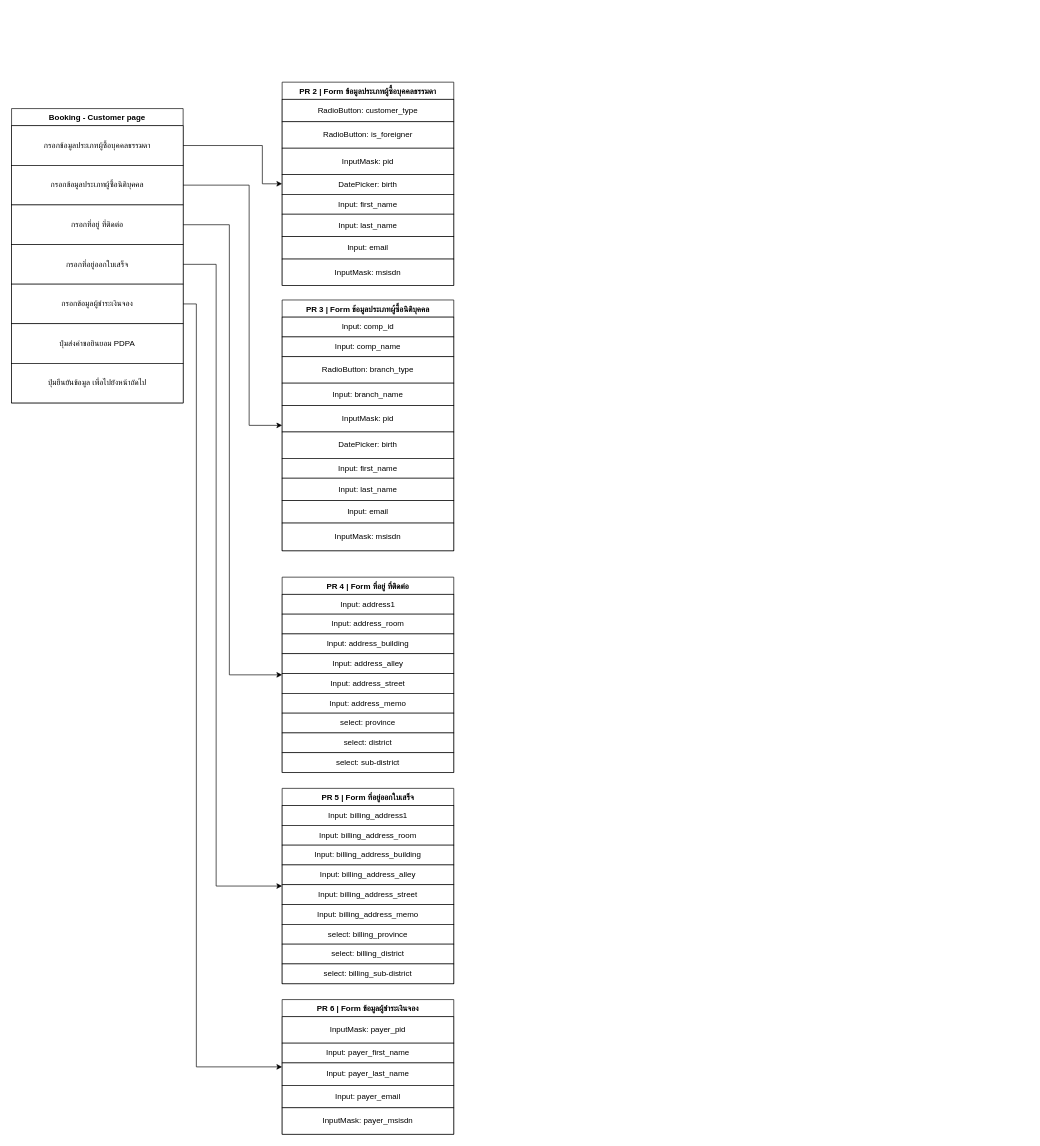
Above: booking-customer-Frontend.drawio in peapong/draw.io-diagrams (draw.io), before the change. Source tidied: cells renumbered, new cells numbered last; positions are measured from the earlier drawing's top-left corner, leaving out a move shared by most shapes. Both pictures are drawn from the tidied source at 66%, with x=0, y=0 at pixel (11, 82).
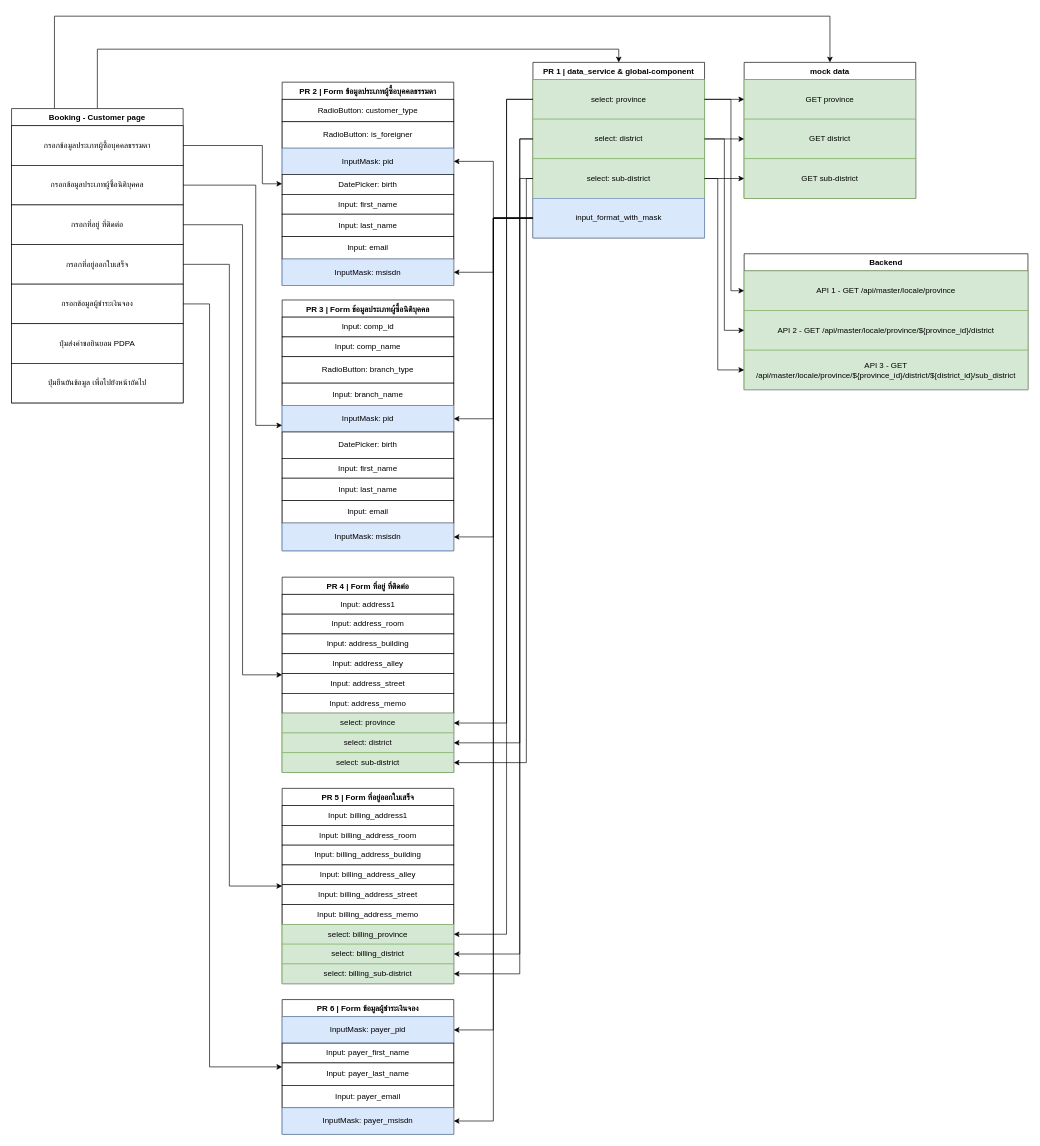
After the change.

The change refers to these unchanged cells:
```xml
<mxCell id="2" value="Booking - Customer page" style="swimlane;fontStyle=1;align=center;verticalAlign=top;horizontal=1;startSize=26;rounded=0;shadow=0;strokeWidth=1;" parent="1" vertex="1">
  <mxGeometry y="40" width="260" height="446" as="geometry" />
</mxCell>
<mxCell id="4" value="กรอกข้อมูลประเภทผู้ซื้อนิติบุคคล" style="rounded=0;whiteSpace=wrap;html=1;" parent="2" vertex="1">
  <mxGeometry y="86" width="260" height="60" as="geometry" />
</mxCell>
<mxCell id="5" value="กรอกที่อยู่ ที่ติดต่อ" style="rounded=0;whiteSpace=wrap;html=1;" parent="2" vertex="1">
  <mxGeometry y="146" width="260" height="60" as="geometry" />
</mxCell>
<mxCell id="6" value="กรอกที่อยู่ออกใบเสร็จ" style="rounded=0;whiteSpace=wrap;html=1;" parent="2" vertex="1">
  <mxGeometry y="206" width="260" height="60" as="geometry" />
</mxCell>
<mxCell id="7" value="กรอกข้อมูลผู้ชำระเงินจอง" style="rounded=0;whiteSpace=wrap;html=1;" parent="2" vertex="1">
  <mxGeometry y="266" width="260" height="60" as="geometry" />
</mxCell>
<mxCell id="10" value="PR 2 | Form ข้อมูลประเภทผู้ซื้อบุคคลธรรมดา" style="swimlane;fontStyle=1;align=center;verticalAlign=top;horizontal=1;startSize=26;rounded=0;shadow=0;strokeWidth=1;" parent="1" vertex="1">
  <mxGeometry x="410" width="260" height="308" as="geometry" />
</mxCell>
<mxCell id="19" value="PR 3 | Form ข้อมูลประเภทผู้ซื้อนิติบุคคล" style="swimlane;fontStyle=1;align=center;verticalAlign=top;horizontal=1;startSize=26;rounded=0;shadow=0;strokeWidth=1;" parent="1" vertex="1">
  <mxGeometry x="410" y="330" width="260" height="380" as="geometry" />
</mxCell>
<mxCell id="30" value="PR 4 | Form ที่อยู่ ที่ติดต่อ" style="swimlane;fontStyle=1;align=center;verticalAlign=top;horizontal=1;startSize=26;rounded=0;shadow=0;strokeWidth=1;" parent="1" vertex="1">
  <mxGeometry x="410" y="750" width="260" height="296" as="geometry" />
</mxCell>
<mxCell id="40" value="PR 5 | Form ที่อยู่ออกใบเสร็จ" style="swimlane;fontStyle=1;align=center;verticalAlign=top;horizontal=1;startSize=26;rounded=0;shadow=0;strokeWidth=1;" parent="1" vertex="1">
  <mxGeometry x="410" y="1070" width="260" height="296" as="geometry" />
</mxCell>
<mxCell id="50" value="PR 6 | Form ข้อมูลผู้ชำระเงินจอง" style="swimlane;fontStyle=1;align=center;verticalAlign=top;horizontal=1;startSize=26;rounded=0;shadow=0;strokeWidth=1;" parent="1" vertex="1">
  <mxGeometry x="410" y="1390" width="260" height="204" as="geometry" />
</mxCell>
```

The edit, as a diff of the source:
```diff
@@
+    <mxCell id="61" style="edgeStyle=orthogonalEdgeStyle;rounded=0;jettySize=auto;html=1;exitX=0.5;exitY=0;exitDx=0;exitDy=0;entryX=0.5;entryY=0;entryDx=0;entryDy=0;" parent="1" edge="1" source="2" target="63">
+      <mxGeometry relative="1" as="geometry" />
+    </mxCell>
+    <mxCell id="62" style="edgeStyle=orthogonalEdgeStyle;rounded=0;jettySize=auto;html=1;exitX=0.25;exitY=0;exitDx=0;exitDy=0;entryX=0.5;entryY=0;entryDx=0;entryDy=0;" parent="1" edge="1" source="2" target="68">
+      <mxGeometry relative="1" as="geometry">
+        <Array as="points">
+          <mxPoint x="65" y="-100" />
+          <mxPoint x="1240" y="-100" />
+        </Array>
+      </mxGeometry>
+    </mxCell>
@@
-    <mxCell id="13" value="InputMask: pid" style="rounded=0;whiteSpace=wrap;html=1;" parent="10" vertex="1">
+    <mxCell id="13" value="InputMask: pid" style="rounded=0;whiteSpace=wrap;html=1;fillColor=#dae8fc;strokeColor=#6c8ebf;" parent="10" vertex="1">
       <mxGeometry y="100" width="260" height="40" as="geometry" />
     </mxCell>
@@
-    <mxCell id="18" value="InputMask: msisdn" style="rounded=0;whiteSpace=wrap;html=1;" parent="10" vertex="1">
+    <mxCell id="18" value="InputMask: msisdn" style="rounded=0;whiteSpace=wrap;html=1;fillColor=#dae8fc;strokeColor=#6c8ebf;" parent="10" vertex="1">
       <mxGeometry y="268" width="260" height="40" as="geometry" />
     </mxCell>
@@
-    <mxCell id="24" value="InputMask: pid" style="rounded=0;whiteSpace=wrap;html=1;" parent="19" vertex="1">
+    <mxCell id="24" value="InputMask: pid" style="rounded=0;whiteSpace=wrap;html=1;fillColor=#dae8fc;strokeColor=#6c8ebf;" parent="19" vertex="1">
       <mxGeometry y="160" width="260" height="40" as="geometry" />
     </mxCell>
@@
-    <mxCell id="29" value="InputMask: msisdn" style="rounded=0;whiteSpace=wrap;html=1;" parent="19" vertex="1">
+    <mxCell id="29" value="InputMask: msisdn" style="rounded=0;whiteSpace=wrap;html=1;fillColor=#dae8fc;strokeColor=#6c8ebf;" parent="19" vertex="1">
       <mxGeometry y="338" width="260" height="42" as="geometry" />
     </mxCell>
@@
-    <mxCell id="37" value="select: province" style="rounded=0;whiteSpace=wrap;html=1;" parent="30" vertex="1">
+    <mxCell id="37" value="select: province" style="rounded=0;whiteSpace=wrap;html=1;fillColor=#d5e8d4;strokeColor=#82b366;" parent="30" vertex="1">
       <mxGeometry y="206" width="260" height="30" as="geometry" />
     </mxCell>
-    <mxCell id="38" value="select: district" style="rounded=0;whiteSpace=wrap;html=1;" parent="30" vertex="1">
+    <mxCell id="38" value="select: district" style="rounded=0;whiteSpace=wrap;html=1;fillColor=#d5e8d4;strokeColor=#82b366;" parent="30" vertex="1">
       <mxGeometry y="236" width="260" height="30" as="geometry" />
     </mxCell>
-    <mxCell id="39" value="select: sub-district" style="rounded=0;whiteSpace=wrap;html=1;" parent="30" vertex="1">
+    <mxCell id="39" value="select: sub-district" style="rounded=0;whiteSpace=wrap;html=1;fillColor=#d5e8d4;strokeColor=#82b366;" parent="30" vertex="1">
       <mxGeometry y="266" width="260" height="30" as="geometry" />
     </mxCell>
@@
-    <mxCell id="47" value="select: billing_province" style="rounded=0;whiteSpace=wrap;html=1;" parent="40" vertex="1">
+    <mxCell id="47" value="select: billing_province" style="rounded=0;whiteSpace=wrap;html=1;fillColor=#d5e8d4;strokeColor=#82b366;" parent="40" vertex="1">
       <mxGeometry y="206" width="260" height="30" as="geometry" />
     </mxCell>
-    <mxCell id="48" value="select: billing_district" style="rounded=0;whiteSpace=wrap;html=1;" parent="40" vertex="1">
+    <mxCell id="48" value="select: billing_district" style="rounded=0;whiteSpace=wrap;html=1;fillColor=#d5e8d4;strokeColor=#82b366;" parent="40" vertex="1">
       <mxGeometry y="236" width="260" height="30" as="geometry" />
     </mxCell>
-    <mxCell id="49" value="select: billing_sub-district" style="rounded=0;whiteSpace=wrap;html=1;" parent="40" vertex="1">
+    <mxCell id="49" value="select: billing_sub-district" style="rounded=0;whiteSpace=wrap;html=1;fillColor=#d5e8d4;strokeColor=#82b366;" parent="40" vertex="1">
       <mxGeometry y="266" width="260" height="30" as="geometry" />
     </mxCell>
@@
-    <mxCell id="51" value="InputMask: payer_pid" style="rounded=0;whiteSpace=wrap;html=1;" parent="50" vertex="1">
+    <mxCell id="51" value="InputMask: payer_pid" style="rounded=0;whiteSpace=wrap;html=1;fillColor=#dae8fc;strokeColor=#6c8ebf;" parent="50" vertex="1">
       <mxGeometry y="26" width="260" height="40" as="geometry" />
     </mxCell>
@@
-    <mxCell id="55" value="InputMask: payer_msisdn" style="rounded=0;whiteSpace=wrap;html=1;" parent="50" vertex="1">
+    <mxCell id="55" value="InputMask: payer_msisdn" style="rounded=0;whiteSpace=wrap;html=1;fillColor=#dae8fc;strokeColor=#6c8ebf;" parent="50" vertex="1">
       <mxGeometry y="164" width="260" height="40" as="geometry" />
     </mxCell>
@@
     <mxCell id="57" style="edgeStyle=orthogonalEdgeStyle;rounded=0;jettySize=auto;html=1;exitX=1;exitY=0.5;exitDx=0;exitDy=0;entryX=0;entryY=0.5;entryDx=0;entryDy=0;" parent="1" edge="1" source="4" target="19">
       <mxGeometry relative="1" as="geometry">
         <Array as="points">
-          <mxPoint x="360" y="156" />
-          <mxPoint x="360" y="520" />
+          <mxPoint x="370" y="156" />
+          <mxPoint x="370" y="520" />
         </Array>
       </mxGeometry>
     </mxCell>
     <mxCell id="58" style="edgeStyle=orthogonalEdgeStyle;rounded=0;jettySize=auto;html=1;exitX=1;exitY=0.5;exitDx=0;exitDy=0;entryX=0;entryY=0.5;entryDx=0;entryDy=0;" parent="1" edge="1" source="5" target="30">
       <mxGeometry relative="1" as="geometry">
         <Array as="points">
-          <mxPoint x="330" y="216" />
-          <mxPoint x="330" y="898" />
+          <mxPoint x="350" y="216" />
+          <mxPoint x="350" y="898" />
         </Array>
       </mxGeometry>
     </mxCell>
     <mxCell id="59" style="edgeStyle=orthogonalEdgeStyle;rounded=0;jettySize=auto;html=1;exitX=1;exitY=0.5;exitDx=0;exitDy=0;entryX=0;entryY=0.5;entryDx=0;entryDy=0;" parent="1" edge="1" source="6" target="40">
       <mxGeometry relative="1" as="geometry">
         <Array as="points">
-          <mxPoint x="310" y="276" />
-          <mxPoint x="310" y="1218" />
+          <mxPoint x="330" y="276" />
+          <mxPoint x="330" y="1218" />
         </Array>
       </mxGeometry>
     </mxCell>
     <mxCell id="60" style="edgeStyle=orthogonalEdgeStyle;rounded=0;jettySize=auto;html=1;exitX=1;exitY=0.5;exitDx=0;exitDy=0;entryX=0;entryY=0.5;entryDx=0;entryDy=0;" parent="1" edge="1" source="7" target="50">
       <mxGeometry relative="1" as="geometry">
         <Array as="points">
-          <mxPoint x="280" y="336" />
-          <mxPoint x="280" y="1492" />
+          <mxPoint x="300" y="336" />
+          <mxPoint x="300" y="1492" />
         </Array>
       </mxGeometry>
     </mxCell>
+    <mxCell id="63" value="PR 1 | data_service &amp; global-component" style="swimlane;fontStyle=1;align=center;verticalAlign=top;horizontal=1;startSize=26;rounded=0;shadow=0;strokeWidth=1;" parent="1" vertex="1">
+      <mxGeometry x="790" y="-30" width="260" height="266" as="geometry" />
+    </mxCell>
+    <mxCell id="64" value="select: province" style="rounded=0;whiteSpace=wrap;html=1;fillColor=#d5e8d4;strokeColor=#82b366;" parent="63" vertex="1">
+      <mxGeometry y="26" width="260" height="60" as="geometry" />
+    </mxCell>
+    <mxCell id="65" value="select: district" style="rounded=0;whiteSpace=wrap;html=1;fillColor=#d5e8d4;strokeColor=#82b366;" parent="63" vertex="1">
+      <mxGeometry y="86" width="260" height="60" as="geometry" />
+    </mxCell>
+    <mxCell id="66" value="select: sub-district" style="rounded=0;whiteSpace=wrap;html=1;fillColor=#d5e8d4;strokeColor=#82b366;" parent="63" vertex="1">
+      <mxGeometry y="146" width="260" height="60" as="geometry" />
+    </mxCell>
+    <mxCell id="67" value="input_format_with_mask" style="rounded=0;whiteSpace=wrap;html=1;fillColor=#dae8fc;strokeColor=#6c8ebf;" parent="63" vertex="1">
+      <mxGeometry y="206" width="260" height="60" as="geometry" />
+    </mxCell>
+    <mxCell id="68" value="mock data" style="swimlane;fontStyle=1;align=center;verticalAlign=top;horizontal=1;startSize=26;rounded=0;shadow=0;strokeWidth=1;" parent="1" vertex="1">
+      <mxGeometry x="1110" y="-30" width="260" height="206" as="geometry" />
+    </mxCell>
+    <mxCell id="69" value="GET province" style="rounded=0;whiteSpace=wrap;html=1;fillColor=#d5e8d4;strokeColor=#82b366;" parent="68" vertex="1">
+      <mxGeometry y="26" width="260" height="60" as="geometry" />
+    </mxCell>
+    <mxCell id="70" value="GET district" style="rounded=0;whiteSpace=wrap;html=1;fillColor=#d5e8d4;strokeColor=#82b366;" parent="68" vertex="1">
+      <mxGeometry y="86" width="260" height="60" as="geometry" />
+    </mxCell>
+    <mxCell id="71" value="GET sub-district" style="rounded=0;whiteSpace=wrap;html=1;fillColor=#d5e8d4;strokeColor=#82b366;" parent="68" vertex="1">
+      <mxGeometry y="146" width="260" height="60" as="geometry" />
+    </mxCell>
+    <mxCell id="72" style="edgeStyle=orthogonalEdgeStyle;rounded=0;jettySize=auto;html=1;exitX=1;exitY=0.5;exitDx=0;exitDy=0;entryX=0;entryY=0.5;entryDx=0;entryDy=0;" parent="1" edge="1" source="64" target="69">
+      <mxGeometry relative="1" as="geometry" />
+    </mxCell>
+    <mxCell id="73" style="edgeStyle=orthogonalEdgeStyle;rounded=0;jettySize=auto;html=1;exitX=1;exitY=0.5;exitDx=0;exitDy=0;entryX=0;entryY=0.5;entryDx=0;entryDy=0;" parent="1" edge="1" source="65" target="70">
+      <mxGeometry relative="1" as="geometry" />
+    </mxCell>
+    <mxCell id="74" style="edgeStyle=orthogonalEdgeStyle;rounded=0;jettySize=auto;html=1;exitX=1;exitY=0.5;exitDx=0;exitDy=0;entryX=0;entryY=0.5;entryDx=0;entryDy=0;" parent="1" edge="1" source="66" target="71">
+      <mxGeometry relative="1" as="geometry" />
+    </mxCell>
+    <mxCell id="75" style="edgeStyle=orthogonalEdgeStyle;rounded=0;jettySize=auto;html=1;exitX=0;exitY=0.5;exitDx=0;exitDy=0;entryX=1;entryY=0.5;entryDx=0;entryDy=0;" parent="1" edge="1" source="67" target="13">
+      <mxGeometry relative="1" as="geometry" />
+    </mxCell>
+    <mxCell id="76" style="edgeStyle=orthogonalEdgeStyle;rounded=0;jettySize=auto;html=1;exitX=0;exitY=0.5;exitDx=0;exitDy=0;entryX=1;entryY=0.5;entryDx=0;entryDy=0;" parent="1" edge="1" source="67" target="18">
+      <mxGeometry relative="1" as="geometry" />
+    </mxCell>
+    <mxCell id="77" style="edgeStyle=orthogonalEdgeStyle;rounded=0;jettySize=auto;html=1;exitX=0;exitY=0.5;exitDx=0;exitDy=0;entryX=1;entryY=0.5;entryDx=0;entryDy=0;" parent="1" edge="1" source="67" target="24">
+      <mxGeometry relative="1" as="geometry" />
+    </mxCell>
+    <mxCell id="78" style="edgeStyle=orthogonalEdgeStyle;rounded=0;jettySize=auto;html=1;exitX=0;exitY=0.5;exitDx=0;exitDy=0;entryX=1;entryY=0.5;entryDx=0;entryDy=0;" parent="1" edge="1" source="67" target="29">
+      <mxGeometry relative="1" as="geometry" />
+    </mxCell>
+    <mxCell id="79" style="edgeStyle=orthogonalEdgeStyle;rounded=0;jettySize=auto;html=1;exitX=0;exitY=0.5;exitDx=0;exitDy=0;entryX=1;entryY=0.5;entryDx=0;entryDy=0;" parent="1" edge="1" source="67" target="51">
+      <mxGeometry relative="1" as="geometry" />
+    </mxCell>
+    <mxCell id="80" style="edgeStyle=orthogonalEdgeStyle;rounded=0;jettySize=auto;html=1;exitX=0;exitY=0.5;exitDx=0;exitDy=0;entryX=1;entryY=0.5;entryDx=0;entryDy=0;" parent="1" edge="1" source="67" target="55">
+      <mxGeometry relative="1" as="geometry" />
+    </mxCell>
+    <mxCell id="81" style="edgeStyle=orthogonalEdgeStyle;rounded=0;jettySize=auto;html=1;exitX=0;exitY=0.5;exitDx=0;exitDy=0;entryX=1;entryY=0.5;entryDx=0;entryDy=0;" parent="1" edge="1" source="64" target="37">
+      <mxGeometry relative="1" as="geometry">
+        <Array as="points">
+          <mxPoint x="750" y="26" />
+          <mxPoint x="750" y="971" />
+        </Array>
+      </mxGeometry>
+    </mxCell>
+    <mxCell id="82" style="edgeStyle=orthogonalEdgeStyle;rounded=0;jettySize=auto;html=1;exitX=0;exitY=0.5;exitDx=0;exitDy=0;entryX=1;entryY=0.5;entryDx=0;entryDy=0;" parent="1" edge="1" source="64" target="47">
+      <mxGeometry relative="1" as="geometry">
+        <Array as="points">
+          <mxPoint x="750" y="26" />
+          <mxPoint x="750" y="1291" />
+        </Array>
+      </mxGeometry>
+    </mxCell>
+    <mxCell id="83" style="edgeStyle=orthogonalEdgeStyle;rounded=0;jettySize=auto;html=1;exitX=0;exitY=0.5;exitDx=0;exitDy=0;entryX=1;entryY=0.5;entryDx=0;entryDy=0;" parent="1" edge="1" source="65" target="38">
+      <mxGeometry relative="1" as="geometry">
+        <Array as="points">
+          <mxPoint x="770" y="86" />
+          <mxPoint x="770" y="1001" />
+        </Array>
+      </mxGeometry>
+    </mxCell>
+    <mxCell id="84" style="edgeStyle=orthogonalEdgeStyle;rounded=0;jettySize=auto;html=1;exitX=0;exitY=0.5;exitDx=0;exitDy=0;entryX=1;entryY=0.5;entryDx=0;entryDy=0;" parent="1" edge="1" source="65" target="48">
+      <mxGeometry relative="1" as="geometry">
+        <Array as="points">
+          <mxPoint x="770" y="86" />
+          <mxPoint x="770" y="1321" />
+        </Array>
+      </mxGeometry>
+    </mxCell>
+    <mxCell id="85" style="edgeStyle=orthogonalEdgeStyle;rounded=0;jettySize=auto;html=1;exitX=0;exitY=0.5;exitDx=0;exitDy=0;entryX=1;entryY=0.5;entryDx=0;entryDy=0;" parent="1" edge="1" source="66" target="39">
+      <mxGeometry relative="1" as="geometry">
+        <Array as="points">
+          <mxPoint x="780" y="146" />
+          <mxPoint x="780" y="1031" />
+        </Array>
+      </mxGeometry>
+    </mxCell>
+    <mxCell id="86" style="edgeStyle=orthogonalEdgeStyle;rounded=0;jettySize=auto;html=1;exitX=0;exitY=0.5;exitDx=0;exitDy=0;entryX=1;entryY=0.5;entryDx=0;entryDy=0;" parent="1" edge="1" source="66" target="49">
+      <mxGeometry relative="1" as="geometry">
+        <Array as="points">
+          <mxPoint x="770" y="146" />
+          <mxPoint x="770" y="1351" />
+        </Array>
+      </mxGeometry>
+    </mxCell>
+    <mxCell id="87" value="Backend" style="swimlane;fontStyle=1;align=center;verticalAlign=top;horizontal=1;startSize=26;rounded=0;shadow=0;strokeWidth=1;" parent="1" vertex="1">
+      <mxGeometry x="1110" y="260" width="430" height="206" as="geometry" />
+    </mxCell>
+    <mxCell id="88" value="&lt;font style=&quot;font-size: 12px;&quot;&gt;API 1 - GET &lt;font style=&quot;font-size: 12px;&quot;&gt;/api/master/locale/province&lt;/font&gt;&lt;/font&gt;" style="rounded=0;whiteSpace=wrap;html=1;fillColor=#d5e8d4;strokeColor=#82b366;" parent="87" vertex="1">
+      <mxGeometry y="26" width="430" height="60" as="geometry" />
+    </mxCell>
+    <mxCell id="89" value="API 2 - GET /api/master/locale/province/${province_id}/district" style="rounded=0;whiteSpace=wrap;html=1;fillColor=#d5e8d4;strokeColor=#82b366;" parent="87" vertex="1">
+      <mxGeometry y="86" width="430" height="60" as="geometry" />
+    </mxCell>
+    <mxCell id="90" value="API 3 - GET /api/master/locale/province/${province_id}/district/${district_id}/sub_district" style="rounded=0;whiteSpace=wrap;html=1;fillColor=#d5e8d4;strokeColor=#82b366;" parent="87" vertex="1">
+      <mxGeometry y="146" width="430" height="60" as="geometry" />
+    </mxCell>
+    <mxCell id="91" style="edgeStyle=orthogonalEdgeStyle;rounded=0;jettySize=auto;html=1;exitX=1;exitY=0.5;exitDx=0;exitDy=0;entryX=0;entryY=0.5;entryDx=0;entryDy=0;fontSize=12;" parent="1" edge="1" source="64" target="88">
+      <mxGeometry relative="1" as="geometry">
+        <Array as="points">
+          <mxPoint x="1090" y="26" />
+          <mxPoint x="1090" y="316" />
+        </Array>
+      </mxGeometry>
+    </mxCell>
+    <mxCell id="92" style="edgeStyle=orthogonalEdgeStyle;rounded=0;jettySize=auto;html=1;exitX=1;exitY=0.5;exitDx=0;exitDy=0;entryX=0;entryY=0.5;entryDx=0;entryDy=0;fontSize=12;" parent="1" edge="1" source="65" target="89">
+      <mxGeometry relative="1" as="geometry">
+        <Array as="points">
+          <mxPoint x="1080" y="86" />
+          <mxPoint x="1080" y="376" />
+        </Array>
+      </mxGeometry>
+    </mxCell>
+    <mxCell id="93" style="edgeStyle=orthogonalEdgeStyle;rounded=0;jettySize=auto;html=1;exitX=1;exitY=0.5;exitDx=0;exitDy=0;entryX=0;entryY=0.5;entryDx=0;entryDy=0;fontSize=12;" parent="1" edge="1" source="66" target="90">
+      <mxGeometry relative="1" as="geometry">
+        <Array as="points">
+          <mxPoint x="1070" y="146" />
+          <mxPoint x="1070" y="436" />
+        </Array>
+      </mxGeometry>
+    </mxCell>
```
